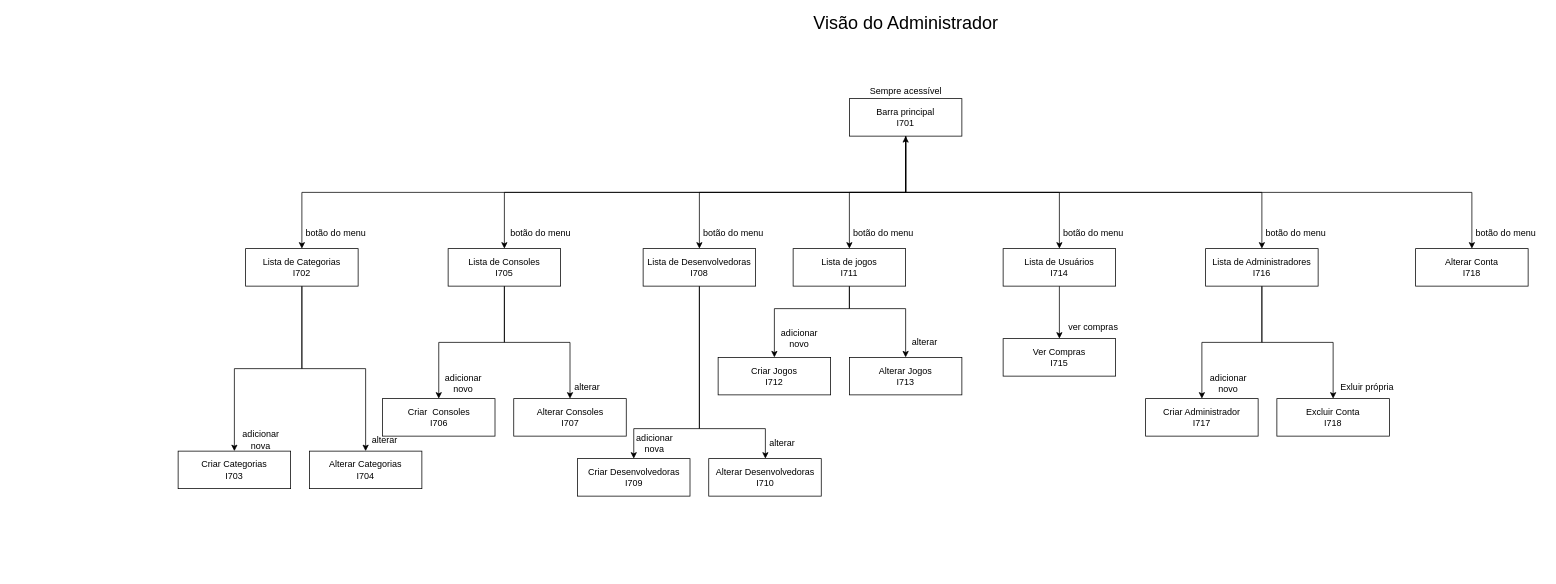
joaopaulo7/GCC188-Projeto-Final keeps this draw.io diagram as page "Visão-Asministrador" (2 of 2) of docs/Diagramas/Diagrama-Interfaces/Interface.drawio. Above is the earlier version. Source tidied: cells renumbered, new cells numbered last; positions are measured from the earlier drawing's top-left corner, leaving out a move shared by most shapes. Both pictures are drawn from the tidied source at 75%, with x=0, y=0 at pixel (178, 16).
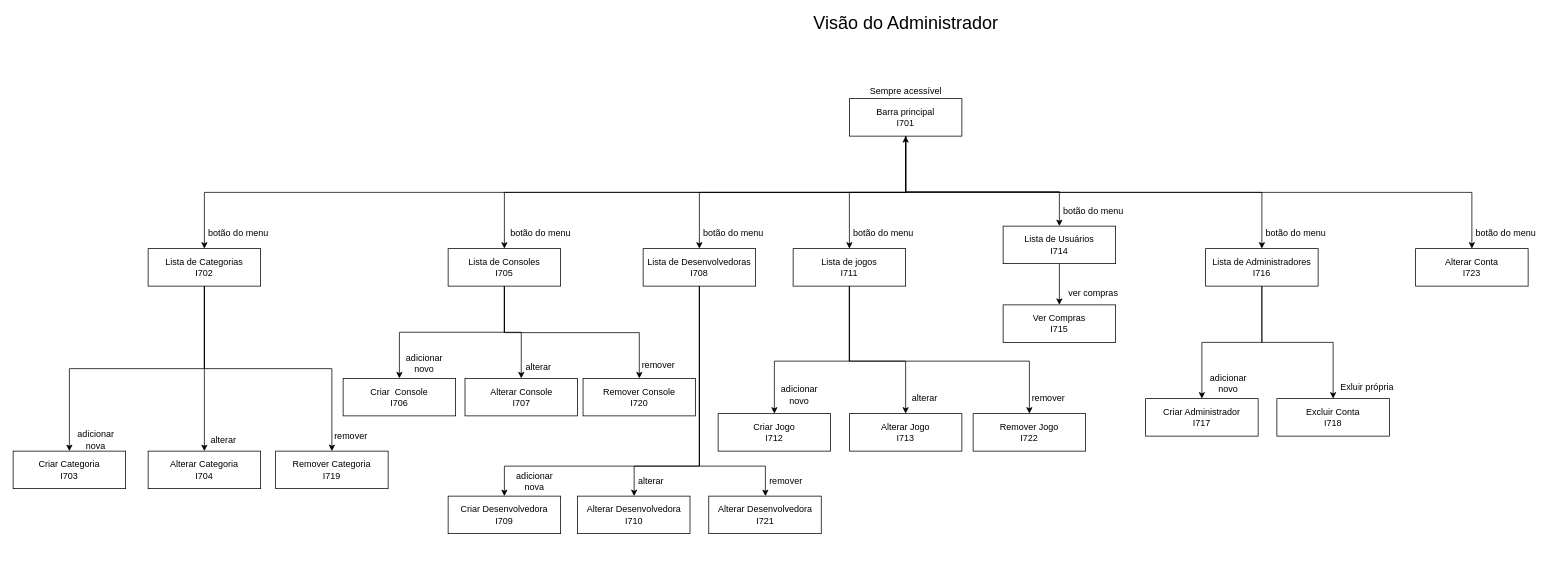
After the change.

Commit message:
Atualização do diagrama de interface

The change refers to these unchanged cells:
```xml
<mxCell id="9" value="Barra principal&lt;br&gt;I701" style="rounded=0;whiteSpace=wrap;html=1;" parent="1" vertex="1">
  <mxGeometry x="895" y="110" width="150" height="50" as="geometry" />
</mxCell>
<mxCell id="15" value="Lista de Consoles&lt;br&gt;I705" style="rounded=0;whiteSpace=wrap;html=1;" parent="1" vertex="1">
  <mxGeometry x="360" y="310" width="150" height="50" as="geometry" />
</mxCell>
<mxCell id="18" value="Lista de Desenvolvedoras&lt;br&gt;I708" style="rounded=0;whiteSpace=wrap;html=1;" parent="1" vertex="1">
  <mxGeometry x="620" y="310" width="150" height="50" as="geometry" />
</mxCell>
<mxCell id="21" value="Lista de jogos&lt;br&gt;I711" style="rounded=0;whiteSpace=wrap;html=1;" parent="1" vertex="1">
  <mxGeometry x="820" y="310" width="150" height="50" as="geometry" />
</mxCell>
```

What changed in the source:
```diff
@@
     <mxCell id="6" style="edgeStyle=orthogonalEdgeStyle;rounded=0;jettySize=auto;html=1;exitX=0.5;exitY=1;exitDx=0;exitDy=0;startArrow=none;startFill=0;" parent="1" edge="1" source="9" target="26">
-      <mxGeometry relative="1" as="geometry" />
+      <mxGeometry relative="1" as="geometry">
+        <Array as="points">
+          <mxPoint x="970" y="234" />
+          <mxPoint x="1175" y="234" />
+        </Array>
+      </mxGeometry>
     </mxCell>
@@
+    <mxCell id="60" style="edgeStyle=orthogonalEdgeStyle;rounded=0;jettySize=auto;html=1;exitX=0.5;exitY=1;exitDx=0;exitDy=0;" parent="1" edge="1" source="12" target="64">
+      <mxGeometry relative="1" as="geometry" />
+    </mxCell>
     <mxCell id="12" value="Lista de Categorias&lt;br&gt;I702" style="rounded=0;whiteSpace=wrap;html=1;" parent="1" vertex="1">
-      <mxGeometry x="90" y="310" width="150" height="50" as="geometry" />
+      <mxGeometry x="-40" y="310" width="150" height="50" as="geometry" />
     </mxCell>
@@
+    <mxCell id="61" style="edgeStyle=orthogonalEdgeStyle;rounded=0;jettySize=auto;html=1;exitX=0.5;exitY=1;exitDx=0;exitDy=0;entryX=0.5;entryY=0;entryDx=0;entryDy=0;" parent="1" edge="1" source="15" target="65">
+      <mxGeometry relative="1" as="geometry">
+        <Array as="points">
+          <mxPoint x="435" y="422" />
+          <mxPoint x="615" y="422" />
+        </Array>
+      </mxGeometry>
+    </mxCell>
@@
     <mxCell id="16" style="edgeStyle=orthogonalEdgeStyle;rounded=0;jettySize=auto;html=1;exitX=0.5;exitY=1;exitDx=0;exitDy=0;entryX=0.5;entryY=0;entryDx=0;entryDy=0;startArrow=none;startFill=0;" parent="1" edge="1" source="18" target="34">
       <mxGeometry relative="1" as="geometry">
         <Array as="points">
-          <mxPoint x="695" y="550" />
-          <mxPoint x="608" y="550" />
+          <mxPoint x="695" y="600" />
+          <mxPoint x="435" y="600" />
         </Array>
       </mxGeometry>
     </mxCell>
     <mxCell id="17" style="edgeStyle=orthogonalEdgeStyle;rounded=0;jettySize=auto;html=1;exitX=0.5;exitY=1;exitDx=0;exitDy=0;startArrow=none;startFill=0;" parent="1" edge="1" source="18" target="35">
       <mxGeometry relative="1" as="geometry">
         <Array as="points">
-          <mxPoint x="695" y="550" />
-          <mxPoint x="783" y="550" />
+          <mxPoint x="695" y="600" />
+          <mxPoint x="608" y="600" />
         </Array>
       </mxGeometry>
     </mxCell>
+    <mxCell id="62" style="edgeStyle=orthogonalEdgeStyle;rounded=0;jettySize=auto;html=1;exitX=0.5;exitY=1;exitDx=0;exitDy=0;" parent="1" edge="1" source="18" target="66">
+      <mxGeometry relative="1" as="geometry">
+        <Array as="points">
+          <mxPoint x="695" y="600" />
+          <mxPoint x="783" y="600" />
+        </Array>
+      </mxGeometry>
+    </mxCell>
@@
     <mxCell id="19" style="edgeStyle=orthogonalEdgeStyle;rounded=0;jettySize=auto;html=1;exitX=0.5;exitY=1;exitDx=0;exitDy=0;startArrow=none;startFill=0;" parent="1" edge="1" source="21" target="36">
       <mxGeometry relative="1" as="geometry">
         <Array as="points">
-          <mxPoint x="895" y="390" />
-          <mxPoint x="795" y="390" />
+          <mxPoint x="895" y="460" />
+          <mxPoint x="795" y="460" />
         </Array>
       </mxGeometry>
     </mxCell>
     <mxCell id="20" style="edgeStyle=orthogonalEdgeStyle;rounded=0;jettySize=auto;html=1;exitX=0.5;exitY=1;exitDx=0;exitDy=0;startArrow=none;startFill=0;" parent="1" edge="1" source="21" target="37">
       <mxGeometry relative="1" as="geometry">
         <Array as="points">
-          <mxPoint x="895" y="390" />
-          <mxPoint x="970" y="390" />
+          <mxPoint x="895" y="460" />
+          <mxPoint x="970" y="460" />
         </Array>
       </mxGeometry>
     </mxCell>
+    <mxCell id="63" style="edgeStyle=orthogonalEdgeStyle;rounded=0;jettySize=auto;html=1;exitX=0.5;exitY=1;exitDx=0;exitDy=0;entryX=0.5;entryY=0;entryDx=0;entryDy=0;" parent="1" edge="1" source="21" target="70">
+      <mxGeometry relative="1" as="geometry">
+        <Array as="points">
+          <mxPoint x="895" y="460" />
+          <mxPoint x="1135" y="460" />
+        </Array>
+      </mxGeometry>
+    </mxCell>
@@
     <mxCell id="24" value="botão do menu" style="text;html=1;align=center;verticalAlign=middle;strokeColor=none;fillColor=none;" parent="1" vertex="1">
-      <mxGeometry x="160" y="280" width="100" height="20" as="geometry" />
+      <mxGeometry x="30" y="280" width="100" height="20" as="geometry" />
     </mxCell>
@@
     <mxCell id="26" value="Lista de Usuários&lt;br&gt;I714" style="rounded=0;whiteSpace=wrap;html=1;" parent="1" vertex="1">
-      <mxGeometry x="1100" y="310" width="150" height="50" as="geometry" />
+      <mxGeometry x="1100" y="280" width="150" height="50" as="geometry" />
     </mxCell>
@@
-    <mxCell id="30" value="Criar Categorias&lt;br&gt;I703" style="rounded=0;whiteSpace=wrap;html=1;" parent="1" vertex="1">
-      <mxGeometry y="580" width="150" height="50" as="geometry" />
+    <mxCell id="30" value="Criar Categoria&lt;br&gt;I703" style="rounded=0;whiteSpace=wrap;html=1;" parent="1" vertex="1">
+      <mxGeometry x="-220" y="580" width="150" height="50" as="geometry" />
     </mxCell>
-    <mxCell id="31" value="Alterar Categorias&lt;br&gt;I704" style="rounded=0;whiteSpace=wrap;html=1;" parent="1" vertex="1">
-      <mxGeometry x="175" y="580" width="150" height="50" as="geometry" />
+    <mxCell id="31" value="Alterar Categoria&lt;br&gt;I704" style="rounded=0;whiteSpace=wrap;html=1;" parent="1" vertex="1">
+      <mxGeometry x="-40" y="580" width="150" height="50" as="geometry" />
     </mxCell>
-    <mxCell id="32" value="Criar&amp;nbsp; Consoles&lt;br&gt;I706" style="rounded=0;whiteSpace=wrap;html=1;" parent="1" vertex="1">
-      <mxGeometry x="272.5" y="510" width="150" height="50" as="geometry" />
+    <mxCell id="32" value="Criar&amp;nbsp; Console&lt;br&gt;I706" style="rounded=0;whiteSpace=wrap;html=1;" parent="1" vertex="1">
+      <mxGeometry x="220" y="483" width="150" height="50" as="geometry" />
     </mxCell>
-    <mxCell id="33" value="Alterar Consoles&lt;br&gt;I707" style="rounded=0;whiteSpace=wrap;html=1;" parent="1" vertex="1">
-      <mxGeometry x="447.5" y="510" width="150" height="50" as="geometry" />
+    <mxCell id="33" value="Alterar Console&lt;br&gt;I707" style="rounded=0;whiteSpace=wrap;html=1;" parent="1" vertex="1">
+      <mxGeometry x="382.5" y="483" width="150" height="50" as="geometry" />
     </mxCell>
-    <mxCell id="34" value="Criar Desenvolvedoras&lt;br&gt;I709" style="rounded=0;whiteSpace=wrap;html=1;" parent="1" vertex="1">
-      <mxGeometry x="532.5" y="590" width="150" height="50" as="geometry" />
+    <mxCell id="34" value="Criar Desenvolvedora&lt;br&gt;I709" style="rounded=0;whiteSpace=wrap;html=1;" parent="1" vertex="1">
+      <mxGeometry x="360" y="640" width="150" height="50" as="geometry" />
     </mxCell>
-    <mxCell id="35" value="Alterar Desenvolvedoras&lt;br&gt;I710" style="rounded=0;whiteSpace=wrap;html=1;" parent="1" vertex="1">
-      <mxGeometry x="707.5" y="590" width="150" height="50" as="geometry" />
+    <mxCell id="35" value="Alterar Desenvolvedora&lt;br&gt;I710" style="rounded=0;whiteSpace=wrap;html=1;" parent="1" vertex="1">
+      <mxGeometry x="532.5" y="640" width="150" height="50" as="geometry" />
     </mxCell>
-    <mxCell id="36" value="Criar Jogos&lt;br&gt;I712" style="rounded=0;whiteSpace=wrap;html=1;" parent="1" vertex="1">
-      <mxGeometry x="720" y="455" width="150" height="50" as="geometry" />
+    <mxCell id="36" value="Criar Jogo&lt;br&gt;I712" style="rounded=0;whiteSpace=wrap;html=1;" parent="1" vertex="1">
+      <mxGeometry x="720" y="530" width="150" height="50" as="geometry" />
     </mxCell>
-    <mxCell id="37" value="Alterar Jogos&lt;br&gt;I713" style="rounded=0;whiteSpace=wrap;html=1;" parent="1" vertex="1">
-      <mxGeometry x="895" y="455" width="150" height="50" as="geometry" />
+    <mxCell id="37" value="Alterar Jogo&lt;br&gt;I713" style="rounded=0;whiteSpace=wrap;html=1;" parent="1" vertex="1">
+      <mxGeometry x="895" y="530" width="150" height="50" as="geometry" />
     </mxCell>
     <mxCell id="38" value="Ver Compras&lt;br&gt;I715" style="rounded=0;whiteSpace=wrap;html=1;" parent="1" vertex="1">
-      <mxGeometry x="1100" y="430" width="150" height="50" as="geometry" />
+      <mxGeometry x="1100" y="385" width="150" height="50" as="geometry" />
     </mxCell>
@@
     <mxCell id="41" value="adicionar&lt;br&gt;novo" style="text;html=1;align=center;verticalAlign=middle;strokeColor=none;fillColor=none;" parent="1" vertex="1">
-      <mxGeometry x="797.5" y="415" width="60" height="30" as="geometry" />
+      <mxGeometry x="797.5" y="490" width="60" height="30" as="geometry" />
     </mxCell>
@@
     <mxCell id="43" value="adicionar&lt;br&gt;novo" style="text;html=1;align=center;verticalAlign=middle;strokeColor=none;fillColor=none;" parent="1" vertex="1">
-      <mxGeometry x="350" y="475" width="60" height="30" as="geometry" />
+      <mxGeometry x="297.5" y="448" width="60" height="30" as="geometry" />
     </mxCell>
@@
     <mxCell id="45" value="adicionar&lt;br&gt;nova" style="text;html=1;align=center;verticalAlign=middle;strokeColor=none;fillColor=none;" parent="1" vertex="1">
-      <mxGeometry x="605" y="555" width="60" height="30" as="geometry" />
+      <mxGeometry x="445" y="605" width="60" height="30" as="geometry" />
     </mxCell>
     <mxCell id="46" value="adicionar&lt;br&gt;nova" style="text;html=1;align=center;verticalAlign=middle;strokeColor=none;fillColor=none;" parent="1" vertex="1">
-      <mxGeometry x="80" y="550" width="60" height="30" as="geometry" />
+      <mxGeometry x="-140" y="550" width="60" height="30" as="geometry" />
     </mxCell>
     <mxCell id="47" value="alterar" style="text;html=1;align=center;verticalAlign=middle;strokeColor=none;fillColor=none;" parent="1" vertex="1">
-      <mxGeometry x="250" y="555" width="50" height="20" as="geometry" />
+      <mxGeometry x="35" y="555" width="50" height="20" as="geometry" />
     </mxCell>
     <mxCell id="48" value="alterar" style="text;html=1;align=center;verticalAlign=middle;strokeColor=none;fillColor=none;" parent="1" vertex="1">
-      <mxGeometry x="520" y="485" width="50" height="20" as="geometry" />
+      <mxGeometry x="455" y="458" width="50" height="20" as="geometry" />
     </mxCell>
     <mxCell id="49" value="alterar" style="text;html=1;align=center;verticalAlign=middle;strokeColor=none;fillColor=none;" parent="1" vertex="1">
-      <mxGeometry x="780" y="560" width="50" height="20" as="geometry" />
+      <mxGeometry x="605" y="610" width="50" height="20" as="geometry" />
     </mxCell>
     <mxCell id="50" value="alterar" style="text;html=1;align=center;verticalAlign=middle;strokeColor=none;fillColor=none;" parent="1" vertex="1">
-      <mxGeometry x="970" y="425" width="50" height="20" as="geometry" />
+      <mxGeometry x="970" y="500" width="50" height="20" as="geometry" />
     </mxCell>
@@
     <mxCell id="52" value="ver compras" style="text;html=1;align=center;verticalAlign=middle;strokeColor=none;fillColor=none;" parent="1" vertex="1">
-      <mxGeometry x="1180" y="405" width="80" height="20" as="geometry" />
+      <mxGeometry x="1180" y="360" width="80" height="20" as="geometry" />
     </mxCell>
-    <mxCell id="53" value="Alterar Conta&lt;br&gt;I718" style="rounded=0;whiteSpace=wrap;html=1;" parent="1" vertex="1">
+    <mxCell id="53" value="Alterar Conta&lt;br&gt;I723" style="rounded=0;whiteSpace=wrap;html=1;" parent="1" vertex="1">
       <mxGeometry x="1650" y="310" width="150" height="50" as="geometry" />
     </mxCell>
@@
     <mxCell id="57" value="botão do menu" style="text;html=1;align=center;verticalAlign=middle;strokeColor=none;fillColor=none;" parent="1" vertex="1">
-      <mxGeometry x="1170" y="280" width="100" height="20" as="geometry" />
+      <mxGeometry x="1170" y="250" width="100" height="20" as="geometry" />
     </mxCell>
@@
+    <mxCell id="64" value="Remover Categoria&lt;br&gt;I719" style="rounded=0;whiteSpace=wrap;html=1;" parent="1" vertex="1">
+      <mxGeometry x="130" y="580" width="150" height="50" as="geometry" />
+    </mxCell>
+    <mxCell id="65" value="Remover Console&lt;br&gt;I720" style="rounded=0;whiteSpace=wrap;html=1;" parent="1" vertex="1">
+      <mxGeometry x="539.9" y="483" width="150" height="50" as="geometry" />
+    </mxCell>
+    <mxCell id="66" value="Alterar Desenvolvedora&lt;br&gt;I721" style="rounded=0;whiteSpace=wrap;html=1;" parent="1" vertex="1">
+      <mxGeometry x="707.5" y="640" width="150" height="50" as="geometry" />
+    </mxCell>
+    <mxCell id="67" value="remover" style="text;html=1;align=center;verticalAlign=middle;strokeColor=none;fillColor=none;" parent="1" vertex="1">
+      <mxGeometry x="200" y="550" width="60" height="20" as="geometry" />
+    </mxCell>
+    <mxCell id="68" value="remover" style="text;html=1;align=center;verticalAlign=middle;strokeColor=none;fillColor=none;" parent="1" vertex="1">
+      <mxGeometry x="610" y="455" width="60" height="20" as="geometry" />
+    </mxCell>
+    <mxCell id="69" value="remover" style="text;html=1;align=center;verticalAlign=middle;strokeColor=none;fillColor=none;" parent="1" vertex="1">
+      <mxGeometry x="780" y="610" width="60" height="20" as="geometry" />
+    </mxCell>
+    <mxCell id="70" value="Remover Jogo&lt;br&gt;I722" style="rounded=0;whiteSpace=wrap;html=1;" parent="1" vertex="1">
+      <mxGeometry x="1060" y="530" width="150" height="50" as="geometry" />
+    </mxCell>
+    <mxCell id="71" value="remover" style="text;html=1;align=center;verticalAlign=middle;strokeColor=none;fillColor=none;" parent="1" vertex="1">
+      <mxGeometry x="1130" y="500" width="60" height="20" as="geometry" />
+    </mxCell>
```
